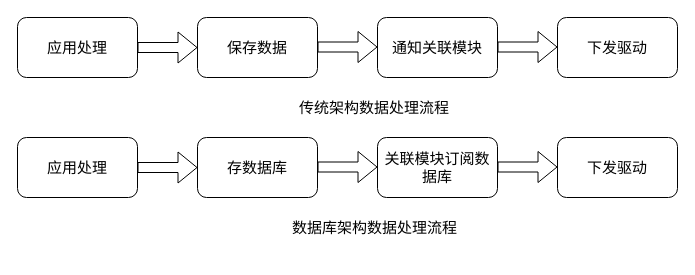
Above: 数据处理流程.drawio in PATORITU/PATORITU (draw.io), before the change. Source tidied: cells renumbered, new cells numbered last; positions are measured from the earlier drawing's top-left corner, leaving out a move shared by most shapes. Both pictures are drawn from the tidied source at 100%, with x=0, y=0 at pixel (17, 17).
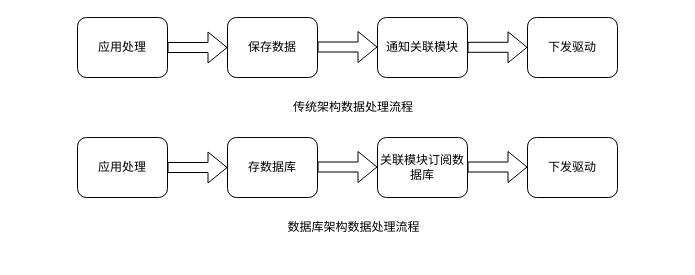
The same page after the edit.

Commit message:
更新数据处理流程.drawio

The edit, as a diff of the source:
```diff
@@
-    <mxCell id="2" value="数据库架构数据处理流程" style="rounded=0;whiteSpace=wrap;html=1;fontSize=15;strokeColor=none;" parent="1" vertex="1">
-      <mxGeometry x="270.8" y="180" width="172.5" height="60" as="geometry" />
+    <mxCell id="2" value="数据库架构数据处理流程" style="rounded=0;whiteSpace=wrap;html=1;fontSize=12;strokeColor=none;fontFamily=宋体;" parent="1" vertex="1">
+      <mxGeometry x="250" y="180" width="172.5" height="60" as="geometry" />
     </mxCell>
-    <mxCell id="3" value="传统架构数据处理流程" style="rounded=0;whiteSpace=wrap;html=1;fontSize=15;strokeColor=none;" parent="1" vertex="1">
-      <mxGeometry x="279" y="60" width="156" height="60" as="geometry" />
+    <mxCell id="3" value="传统架构数据处理流程" style="rounded=0;whiteSpace=wrap;html=1;fontSize=12;strokeColor=none;fontFamily=宋体;" parent="1" vertex="1">
+      <mxGeometry x="258.2" y="60" width="156" height="60" as="geometry" />
     </mxCell>
-    <mxCell id="4" value="应用处理" style="rounded=1;whiteSpace=wrap;html=1;fontSize=15;" parent="1" vertex="1">
-      <mxGeometry width="120" height="60" as="geometry" />
+    <mxCell id="4" value="应用处理" style="rounded=1;whiteSpace=wrap;html=1;fontSize=12;fontFamily=宋体;" parent="1" vertex="1">
+      <mxGeometry x="60" width="90" height="60" as="geometry" />
     </mxCell>
-    <mxCell id="5" value="保存数据" style="rounded=1;whiteSpace=wrap;html=1;fontSize=15;" parent="1" vertex="1">
-      <mxGeometry x="180" width="120" height="60" as="geometry" />
+    <mxCell id="5" value="保存数据" style="rounded=1;whiteSpace=wrap;html=1;fontSize=12;fontFamily=宋体;" parent="1" vertex="1">
+      <mxGeometry x="210" width="90" height="60" as="geometry" />
     </mxCell>
-    <mxCell id="6" value="通知关联模块" style="rounded=1;whiteSpace=wrap;html=1;fontSize=15;" parent="1" vertex="1">
-      <mxGeometry x="360" width="120" height="60" as="geometry" />
+    <mxCell id="6" value="通知关联模块" style="rounded=1;whiteSpace=wrap;html=1;fontSize=12;fontFamily=宋体;" parent="1" vertex="1">
+      <mxGeometry x="360" width="90" height="60" as="geometry" />
     </mxCell>
-    <mxCell id="7" value="下发驱动" style="rounded=1;whiteSpace=wrap;html=1;fontSize=15;" parent="1" vertex="1">
-      <mxGeometry x="540" width="120" height="60" as="geometry" />
+    <mxCell id="7" value="下发驱动" style="rounded=1;whiteSpace=wrap;html=1;fontSize=12;fontFamily=宋体;" parent="1" vertex="1">
+      <mxGeometry x="510" width="90" height="60" as="geometry" />
     </mxCell>
-    <mxCell id="8" style="shape=flexArrow;endArrow=classic;html=1;rounded=0;exitX=1;exitY=0.5;exitDx=0;exitDy=0;fontSize=15;" parent="1" edge="1" source="4" target="5">
+    <mxCell id="8" style="shape=flexArrow;endArrow=classic;html=1;rounded=0;exitX=1;exitY=0.5;exitDx=0;exitDy=0;fontSize=12;fontFamily=宋体;" parent="1" edge="1" source="4" target="5">
       <mxGeometry relative="1" as="geometry" />
     </mxCell>
-    <mxCell id="9" style="shape=flexArrow;endArrow=classic;html=1;rounded=0;exitX=1;exitY=0.5;exitDx=0;exitDy=0;fontSize=15;" parent="1" edge="1">
+    <mxCell id="9" style="shape=flexArrow;endArrow=classic;html=1;rounded=0;exitX=1;exitY=0.5;exitDx=0;exitDy=0;fontSize=12;fontFamily=宋体;" parent="1" edge="1">
       <mxGeometry relative="1" as="geometry">
         <mxPoint x="300" y="29.5" as="sourcePoint" />
         <mxPoint x="360" y="29.5" as="targetPoint" />
       </mxGeometry>
     </mxCell>
-    <mxCell id="10" style="shape=flexArrow;endArrow=classic;html=1;rounded=0;exitX=1;exitY=0.5;exitDx=0;exitDy=0;fontSize=15;" parent="1" edge="1">
+    <mxCell id="10" style="shape=flexArrow;endArrow=classic;html=1;rounded=0;exitX=1;exitY=0.5;exitDx=0;exitDy=0;fontSize=12;fontFamily=宋体;" parent="1" edge="1">
       <mxGeometry relative="1" as="geometry">
-        <mxPoint x="480" y="29.5" as="sourcePoint" />
-        <mxPoint x="540" y="29.5" as="targetPoint" />
+        <mxPoint x="450" y="29.8" as="sourcePoint" />
+        <mxPoint x="510" y="29.8" as="targetPoint" />
       </mxGeometry>
     </mxCell>
-    <mxCell id="11" value="应用处理" style="rounded=1;whiteSpace=wrap;html=1;fontSize=15;" parent="1" vertex="1">
-      <mxGeometry y="120" width="120" height="60" as="geometry" />
+    <mxCell id="11" value="应用处理" style="rounded=1;whiteSpace=wrap;html=1;fontSize=12;fontFamily=宋体;" parent="1" vertex="1">
+      <mxGeometry x="60" y="120" width="90" height="60" as="geometry" />
     </mxCell>
-    <mxCell id="12" value="存数据库" style="rounded=1;whiteSpace=wrap;html=1;fontSize=15;" parent="1" vertex="1">
-      <mxGeometry x="180" y="120" width="120" height="60" as="geometry" />
+    <mxCell id="12" value="存数据库" style="rounded=1;whiteSpace=wrap;html=1;fontSize=12;fontFamily=宋体;" parent="1" vertex="1">
+      <mxGeometry x="210" y="120" width="90" height="60" as="geometry" />
     </mxCell>
-    <mxCell id="13" value="关联模块订阅数据库" style="rounded=1;whiteSpace=wrap;html=1;fontSize=15;" parent="1" vertex="1">
-      <mxGeometry x="360" y="120" width="120" height="60" as="geometry" />
+    <mxCell id="13" value="关联模块订阅数据库" style="rounded=1;whiteSpace=wrap;html=1;fontSize=12;fontFamily=宋体;" parent="1" vertex="1">
+      <mxGeometry x="360" y="120" width="90" height="60" as="geometry" />
     </mxCell>
-    <mxCell id="14" value="下发驱动" style="rounded=1;whiteSpace=wrap;html=1;fontSize=15;" parent="1" vertex="1">
-      <mxGeometry x="540" y="120" width="120" height="60" as="geometry" />
+    <mxCell id="14" value="下发驱动" style="rounded=1;whiteSpace=wrap;html=1;fontSize=12;fontFamily=宋体;" parent="1" vertex="1">
+      <mxGeometry x="510" y="120" width="90" height="60" as="geometry" />
     </mxCell>
-    <mxCell id="15" style="shape=flexArrow;endArrow=classic;html=1;rounded=0;exitX=1;exitY=0.5;exitDx=0;exitDy=0;fontSize=15;" parent="1" edge="1" source="11" target="12">
+    <mxCell id="15" style="shape=flexArrow;endArrow=classic;html=1;rounded=0;exitX=1;exitY=0.5;exitDx=0;exitDy=0;fontSize=12;fontFamily=宋体;" parent="1" edge="1" source="11" target="12">
       <mxGeometry relative="1" as="geometry" />
     </mxCell>
-    <mxCell id="16" style="shape=flexArrow;endArrow=classic;html=1;rounded=0;exitX=1;exitY=0.5;exitDx=0;exitDy=0;fontSize=15;" parent="1" edge="1">
+    <mxCell id="16" style="shape=flexArrow;endArrow=classic;html=1;rounded=0;exitX=1;exitY=0.5;exitDx=0;exitDy=0;fontSize=12;fontFamily=宋体;" parent="1" edge="1">
       <mxGeometry relative="1" as="geometry">
         <mxPoint x="300" y="149.5" as="sourcePoint" />
         <mxPoint x="360" y="149.5" as="targetPoint" />
       </mxGeometry>
     </mxCell>
-    <mxCell id="17" style="shape=flexArrow;endArrow=classic;html=1;rounded=0;exitX=1;exitY=0.5;exitDx=0;exitDy=0;fontSize=15;" parent="1" edge="1">
+    <mxCell id="17" style="shape=flexArrow;endArrow=classic;html=1;rounded=0;exitX=1;exitY=0.5;exitDx=0;exitDy=0;fontSize=12;fontFamily=宋体;" parent="1" edge="1">
       <mxGeometry relative="1" as="geometry">
-        <mxPoint x="480" y="149.5" as="sourcePoint" />
-        <mxPoint x="540" y="149.5" as="targetPoint" />
+        <mxPoint x="450" y="149.5" as="sourcePoint" />
+        <mxPoint x="510" y="149.5" as="targetPoint" />
       </mxGeometry>
     </mxCell>
```
